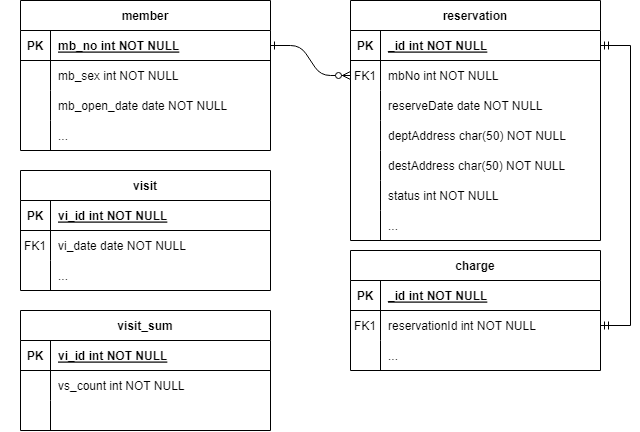
Earlier version of the draw.io export erd.png (carina1754/2023-industry-university-project). Source tidied: cells renumbered, new cells last; positions are measured from the earlier drawing's top-left corner, leaving out a move shared by most shapes.
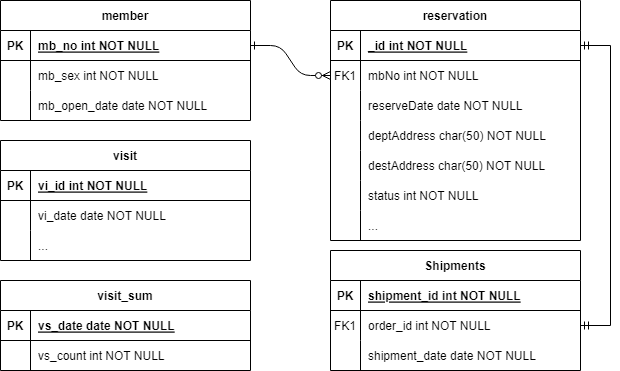
After the change.

Diff of the diagram source:
```diff
@@ -23,7 +23,7 @@
     <mxCell id="8" value="FK1" style="shape=partialRectangle;overflow=hidden;fillColor=none;top=0;left=0;bottom=0;right=0;" parent="7" vertex="1">
       <mxGeometry width="30" height="30" as="geometry" />
     </mxCell>
-    <mxCell id="9" value="mbNo int NOT NULL" style="shape=partialRectangle;overflow=hidden;fillColor=none;top=0;left=0;bottom=0;right=0;align=left;spacingLeft=6;" parent="7" vertex="1">
+    <mxCell id="9" value="mbNo int NOT NULL" style="shape=partialRectangle;overflow=hidden;fillColor=none;top=0;left=0;bottom=0;right=0;align=left;spacingLeft=6;" parent="7" vertex="1">
       <mxGeometry x="30" width="220" height="30" as="geometry" />
     </mxCell>
     <mxCell id="10" style="shape=partialRectangle;fillColor=none;top=0;left=0;right=0;bottom=0;" parent="3" vertex="1">
@@ -32,46 +32,46 @@
     <mxCell id="11" style="shape=partialRectangle;overflow=hidden;fillColor=none;top=0;left=0;bottom=0;right=0;" parent="10" vertex="1">
       <mxGeometry width="30" height="30" as="geometry" />
     </mxCell>
-    <mxCell id="12" value="reserveDate date NOT NULL" style="shape=partialRectangle;overflow=hidden;fillColor=none;top=0;left=0;bottom=0;right=0;align=left;spacingLeft=6;" parent="10" vertex="1">
+    <mxCell id="12" value="reserveDate date NOT NULL" style="shape=partialRectangle;overflow=hidden;fillColor=none;top=0;left=0;bottom=0;right=0;align=left;spacingLeft=6;" parent="10" vertex="1">
       <mxGeometry x="30" width="220" height="30" as="geometry" />
     </mxCell>
-    <mxCell id="13" style="shape=partialRectangle;fillColor=none;top=0;left=0;right=0;bottom=0;" parent="3" vertex="1">
-      <mxGeometry y="120" width="250" height="30" as="geometry" />
-    </mxCell>
-    <mxCell id="14" style="shape=partialRectangle;overflow=hidden;fillColor=none;top=0;left=0;bottom=0;right=0;" parent="13" vertex="1">
-      <mxGeometry width="30" height="30" as="geometry" />
-    </mxCell>
+    <mxCell id="71" style="shape=partialRectangle;fillColor=none;top=0;left=0;right=0;bottom=0;" parent="3" vertex="1">
+      <mxGeometry y="120" width="250" height="30" as="geometry" />
+    </mxCell>
+    <mxCell id="72" style="shape=partialRectangle;overflow=hidden;fillColor=none;top=0;left=0;bottom=0;right=0;" parent="71" vertex="1">
+      <mxGeometry width="30" height="30" as="geometry" />
+    </mxCell>
-    <mxCell id="15" value="deptAddress char(50) NOT NULL" style="shape=partialRectangle;overflow=hidden;fillColor=none;top=0;left=0;bottom=0;right=0;align=left;spacingLeft=6;" parent="13" vertex="1">
+    <mxCell id="15" value="deptAddress char(50) NOT NULL" style="shape=partialRectangle;overflow=hidden;fillColor=none;top=0;left=0;bottom=0;right=0;align=left;spacingLeft=6;" parent="71" vertex="1">
       <mxGeometry x="30" width="220" height="30" as="geometry" />
     </mxCell>
     <mxCell id="16" style="shape=partialRectangle;fillColor=none;top=0;left=0;right=0;bottom=0;" parent="3" vertex="1">
       <mxGeometry y="150" width="250" height="30" as="geometry" />
     </mxCell>
-    <mxCell id="17" style="shape=partialRectangle;overflow=hidden;fillColor=none;top=0;left=0;bottom=0;right=0;" parent="16" vertex="1">
-      <mxGeometry width="30" height="30" as="geometry" />
-    </mxCell>
+    <mxCell id="73" style="shape=partialRectangle;overflow=hidden;fillColor=none;top=0;left=0;bottom=0;right=0;" parent="16" vertex="1">
+      <mxGeometry width="30" height="30" as="geometry" />
+    </mxCell>
-    <mxCell id="18" value="destAddress char(50) NOT NULL" style="shape=partialRectangle;overflow=hidden;fillColor=none;top=0;left=0;bottom=0;right=0;align=left;spacingLeft=6;" parent="16" vertex="1">
+    <mxCell id="18" value="destAddress char(50) NOT NULL" style="shape=partialRectangle;overflow=hidden;fillColor=none;top=0;left=0;bottom=0;right=0;align=left;spacingLeft=6;" parent="16" vertex="1">
       <mxGeometry x="30" width="220" height="30" as="geometry" />
     </mxCell>
     <mxCell id="19" style="shape=partialRectangle;fillColor=none;top=0;left=0;right=0;bottom=0;" parent="3" vertex="1">
       <mxGeometry y="180" width="250" height="30" as="geometry" />
     </mxCell>
-    <mxCell id="20" style="shape=partialRectangle;overflow=hidden;fillColor=none;top=0;left=0;bottom=0;right=0;" parent="19" vertex="1">
-      <mxGeometry width="30" height="30" as="geometry" />
-    </mxCell>
+    <mxCell id="74" style="shape=partialRectangle;overflow=hidden;fillColor=none;top=0;left=0;bottom=0;right=0;" parent="19" vertex="1">
+      <mxGeometry width="30" height="30" as="geometry" />
+    </mxCell>
     <mxCell id="21" value="status int NOT NULL" style="shape=partialRectangle;overflow=hidden;fillColor=none;top=0;left=0;bottom=0;right=0;align=left;spacingLeft=6;" parent="19" vertex="1">
       <mxGeometry x="30" width="220" height="30" as="geometry" />
     </mxCell>
     <mxCell id="22" style="shape=partialRectangle;fillColor=none;top=0;left=0;right=0;bottom=0;" parent="3" vertex="1">
       <mxGeometry y="210" width="250" height="30" as="geometry" />
     </mxCell>
-    <mxCell id="23" style="shape=partialRectangle;overflow=hidden;fillColor=none;top=0;left=0;bottom=0;right=0;" parent="22" vertex="1">
-      <mxGeometry width="30" height="30" as="geometry" />
-    </mxCell>
-    <mxCell id="24" value="..." style="shape=partialRectangle;overflow=hidden;fillColor=none;top=0;left=0;bottom=0;right=0;align=left;spacingLeft=6;" parent="22" vertex="1">
-      <mxGeometry x="30" width="220" height="30" as="geometry" />
-    </mxCell>
+    <mxCell id="75" style="shape=partialRectangle;overflow=hidden;fillColor=none;top=0;left=0;bottom=0;right=0;" parent="22" vertex="1">
+      <mxGeometry width="30" height="30" as="geometry" />
+    </mxCell>
+    <mxCell id="76" value="..." style="shape=partialRectangle;overflow=hidden;fillColor=none;top=0;left=0;bottom=0;right=0;align=left;spacingLeft=6;" parent="22" vertex="1">
+      <mxGeometry x="30" width="220" height="30" as="geometry" />
+    </mxCell>
-    <mxCell id="25" value="charge" style="shape=table;startSize=30;rowLines=0;fontStyle=1;align=center;" parent="1" vertex="1">
+    <mxCell id="25" value="Shipments" style="shape=table;startSize=30;rowLines=0;fontStyle=1;align=center;" parent="1" vertex="1">
       <mxGeometry x="350" y="250" width="250" height="120" as="geometry" />
     </mxCell>
     <mxCell id="26" style="shape=partialRectangle;fillColor=none;top=0;left=0;right=0;bottom=1;" parent="25" vertex="1">
@@ -80,7 +80,7 @@
     <mxCell id="27" value="PK" style="shape=partialRectangle;overflow=hidden;fillColor=none;top=0;left=0;bottom=0;right=0;fontStyle=1;" parent="26" vertex="1">
       <mxGeometry width="30" height="30" as="geometry" />
     </mxCell>
-    <mxCell id="28" value="_id int NOT NULL " style="shape=partialRectangle;overflow=hidden;fillColor=none;top=0;left=0;bottom=0;right=0;align=left;spacingLeft=6;fontStyle=5;" parent="26" vertex="1">
+    <mxCell id="28" value="shipment_id int NOT NULL " style="shape=partialRectangle;overflow=hidden;fillColor=none;top=0;left=0;bottom=0;right=0;align=left;spacingLeft=6;fontStyle=5;" parent="26" vertex="1">
       <mxGeometry x="30" width="220" height="30" as="geometry" />
     </mxCell>
     <mxCell id="29" style="shape=partialRectangle;fillColor=none;points=[[0,0.5],[1,0.5]];portConstraint=eastwest;top=0;left=0;right=0;bottom=0;" parent="25" vertex="1">
@@ -89,7 +89,7 @@
     <mxCell id="30" value="FK1" style="shape=partialRectangle;overflow=hidden;fillColor=none;top=0;left=0;bottom=0;right=0;" parent="29" vertex="1">
       <mxGeometry width="30" height="30" as="geometry" />
     </mxCell>
-    <mxCell id="31" value="reservationId int NOT NULL" style="shape=partialRectangle;overflow=hidden;fillColor=none;top=0;left=0;bottom=0;right=0;align=left;spacingLeft=6;" parent="29" vertex="1">
+    <mxCell id="31" value="order_id int NOT NULL" style="shape=partialRectangle;overflow=hidden;fillColor=none;top=0;left=0;bottom=0;right=0;align=left;spacingLeft=6;" parent="29" vertex="1">
       <mxGeometry x="30" width="220" height="30" as="geometry" />
     </mxCell>
     <mxCell id="32" style="shape=partialRectangle;fillColor=none;top=0;left=0;right=0;bottom=0;" parent="25" vertex="1">
@@ -98,11 +98,11 @@
     <mxCell id="33" style="shape=partialRectangle;overflow=hidden;fillColor=none;top=0;left=0;bottom=0;right=0;" parent="32" vertex="1">
       <mxGeometry width="30" height="30" as="geometry" />
     </mxCell>
-    <mxCell id="34" value="..." style="shape=partialRectangle;overflow=hidden;fillColor=none;top=0;left=0;bottom=0;right=0;align=left;spacingLeft=6;" parent="32" vertex="1">
+    <mxCell id="34" value="shipment_date date NOT NULL" style="shape=partialRectangle;overflow=hidden;fillColor=none;top=0;left=0;bottom=0;right=0;align=left;spacingLeft=6;" parent="32" vertex="1">
       <mxGeometry x="30" width="220" height="30" as="geometry" />
     </mxCell>
     <mxCell id="35" value="member" style="shape=table;startSize=30;rowLines=0;fontStyle=1;align=center;" parent="1" vertex="1">
-      <mxGeometry x="20" width="250" height="150" as="geometry" />
+      <mxGeometry x="20" width="250" height="120" as="geometry" />
     </mxCell>
     <mxCell id="36" style="shape=partialRectangle;fillColor=none;points=[[0,0.5],[1,0.5]];portConstraint=eastwest;top=0;left=0;right=0;bottom=1;" parent="35" vertex="1">
       <mxGeometry y="30" width="250" height="30" as="geometry" />
@@ -110,7 +110,7 @@
     <mxCell id="37" value="PK" style="shape=partialRectangle;overflow=hidden;fillColor=none;top=0;left=0;bottom=0;right=0;fontStyle=1;" parent="36" vertex="1">
       <mxGeometry width="30" height="30" as="geometry" />
     </mxCell>
-    <mxCell id="38" value="mb_no int NOT NULL " style="shape=partialRectangle;overflow=hidden;fillColor=none;top=0;left=0;bottom=0;right=0;align=left;spacingLeft=6;fontStyle=5;" parent="36" vertex="1">
+    <mxCell id="38" value="mb_no int NOT NULL " style="shape=partialRectangle;overflow=hidden;fillColor=none;top=0;left=0;bottom=0;right=0;align=left;spacingLeft=6;fontStyle=5;" parent="36" vertex="1">
       <mxGeometry x="30" width="220" height="30" as="geometry" />
     </mxCell>
     <mxCell id="39" style="shape=partialRectangle;fillColor=none;top=0;left=0;right=0;bottom=0;" parent="35" vertex="1">
@@ -122,92 +122,68 @@
     <mxCell id="41" value="mb_sex int NOT NULL" style="shape=partialRectangle;overflow=hidden;fillColor=none;top=0;left=0;bottom=0;right=0;align=left;spacingLeft=6;" parent="39" vertex="1">
       <mxGeometry x="30" width="220" height="30" as="geometry" />
     </mxCell>
-    <mxCell id="42" style="shape=partialRectangle;fillColor=none;top=0;left=0;right=0;bottom=0;" parent="35" vertex="1">
-      <mxGeometry y="90" width="250" height="30" as="geometry" />
-    </mxCell>
-    <mxCell id="43" style="shape=partialRectangle;overflow=hidden;fillColor=none;top=0;left=0;bottom=0;right=0;" parent="42" vertex="1">
-      <mxGeometry width="30" height="30" as="geometry" />
-    </mxCell>
+    <mxCell id="77" style="shape=partialRectangle;fillColor=none;top=0;left=0;right=0;bottom=0;" parent="35" vertex="1">
+      <mxGeometry y="90" width="250" height="30" as="geometry" />
+    </mxCell>
+    <mxCell id="78" style="shape=partialRectangle;overflow=hidden;fillColor=none;top=0;left=0;bottom=0;right=0;" parent="77" vertex="1">
+      <mxGeometry width="30" height="30" as="geometry" />
+    </mxCell>
-    <mxCell id="44" value="mb_open_date date NOT NULL" style="shape=partialRectangle;overflow=hidden;fillColor=none;top=0;left=0;bottom=0;right=0;align=left;spacingLeft=6;" parent="42" vertex="1">
+    <mxCell id="44" value="mb_open_date date NOT NULL" style="shape=partialRectangle;overflow=hidden;fillColor=none;top=0;left=0;bottom=0;right=0;align=left;spacingLeft=6;" parent="77" vertex="1">
       <mxGeometry x="30" width="220" height="30" as="geometry" />
     </mxCell>
-    <mxCell id="45" style="shape=partialRectangle;fillColor=none;top=0;left=0;right=0;bottom=0;" parent="35" vertex="1">
-      <mxGeometry y="120" width="250" height="30" as="geometry" />
-    </mxCell>
-    <mxCell id="46" style="shape=partialRectangle;overflow=hidden;fillColor=none;top=0;left=0;bottom=0;right=0;" parent="45" vertex="1">
-      <mxGeometry width="30" height="30" as="geometry" />
-    </mxCell>
-    <mxCell id="47" value="..." style="shape=partialRectangle;overflow=hidden;fillColor=none;top=0;left=0;bottom=0;right=0;align=left;spacingLeft=6;" parent="45" vertex="1">
-      <mxGeometry x="30" width="220" height="30" as="geometry" />
-    </mxCell>
-    <mxCell id="48" style="shape=tableRow;horizontal=0;startSize=0;swimlaneHead=0;swimlaneBody=0;fillColor=none;top=0;left=0;right=0;bottom=0;" parent="1" vertex="1">
-      <mxGeometry y="310" width="180" height="30" as="geometry" />
-    </mxCell>
-    <mxCell id="49" style="shape=partialRectangle;fillColor=none;top=0;left=0;bottom=0;right=0;overflow=hidden;whiteSpace=wrap;html=1;" parent="48" vertex="1">
-      <mxGeometry width="30" height="30" as="geometry" />
-    </mxCell>
-    <mxCell id="50" style="edgeStyle=entityRelationEdgeStyle;fontSize=12;html=1;endArrow=ERmandOne;startArrow=ERmandOne;rounded=0;" parent="1" edge="1" source="4" target="29">
-      <mxGeometry relative="1" as="geometry" />
-    </mxCell>
     <mxCell id="51" value="visit" style="shape=table;startSize=30;rowLines=0;fontStyle=1;align=center;" parent="1" vertex="1">
-      <mxGeometry x="20" y="170" width="250" height="120" as="geometry" />
+      <mxGeometry x="20" y="140" width="250" height="120" as="geometry" />
     </mxCell>
-    <mxCell id="52" style="shape=partialRectangle;fillColor=none;top=0;left=0;right=0;bottom=1;" parent="51" vertex="1">
-      <mxGeometry y="30" width="250" height="30" as="geometry" />
-    </mxCell>
-    <mxCell id="53" value="PK" style="shape=partialRectangle;overflow=hidden;fillColor=none;top=0;left=0;bottom=0;right=0;fontStyle=1;" parent="52" vertex="1">
-      <mxGeometry width="30" height="30" as="geometry" />
-    </mxCell>
-    <mxCell id="54" value="vi_id int NOT NULL " style="shape=partialRectangle;overflow=hidden;fillColor=none;top=0;left=0;bottom=0;right=0;align=left;spacingLeft=6;fontStyle=5;" parent="52" vertex="1">
-      <mxGeometry x="30" width="220" height="30" as="geometry" />
-    </mxCell>
-    <mxCell id="55" style="shape=partialRectangle;fillColor=none;top=0;left=0;right=0;bottom=0;" parent="51" vertex="1">
-      <mxGeometry y="60" width="250" height="30" as="geometry" />
-    </mxCell>
-    <mxCell id="56" value="FK1" style="shape=partialRectangle;overflow=hidden;fillColor=none;top=0;left=0;bottom=0;right=0;" parent="55" vertex="1">
-      <mxGeometry width="30" height="30" as="geometry" />
-    </mxCell>
+    <mxCell id="79" style="shape=partialRectangle;fillColor=none;top=0;left=0;right=0;bottom=1;" parent="51" vertex="1">
+      <mxGeometry y="30" width="250" height="30" as="geometry" />
+    </mxCell>
+    <mxCell id="80" value="PK" style="shape=partialRectangle;overflow=hidden;fillColor=none;top=0;left=0;bottom=0;right=0;fontStyle=1;" parent="79" vertex="1">
+      <mxGeometry width="30" height="30" as="geometry" />
+    </mxCell>
+    <mxCell id="81" value="vi_id int NOT NULL " style="shape=partialRectangle;overflow=hidden;fillColor=none;top=0;left=0;bottom=0;right=0;align=left;spacingLeft=6;fontStyle=5;" parent="79" vertex="1">
+      <mxGeometry x="30" width="220" height="30" as="geometry" />
+    </mxCell>
+    <mxCell id="82" style="shape=partialRectangle;fillColor=none;top=0;left=0;right=0;bottom=0;" parent="51" vertex="1">
+      <mxGeometry y="60" width="250" height="30" as="geometry" />
+    </mxCell>
+    <mxCell id="83" style="shape=partialRectangle;overflow=hidden;fillColor=none;top=0;left=0;bottom=0;right=0;" parent="82" vertex="1">
+      <mxGeometry width="30" height="30" as="geometry" />
+    </mxCell>
-    <mxCell id="57" value="vi_date date NOT NULL" style="shape=partialRectangle;overflow=hidden;fillColor=none;top=0;left=0;bottom=0;right=0;align=left;spacingLeft=6;" parent="55" vertex="1">
+    <mxCell id="57" value="vi_date date NOT NULL" style="shape=partialRectangle;overflow=hidden;fillColor=none;top=0;left=0;bottom=0;right=0;align=left;spacingLeft=6;" parent="82" vertex="1">
       <mxGeometry x="30" width="220" height="30" as="geometry" />
     </mxCell>
-    <mxCell id="58" style="shape=partialRectangle;fillColor=none;top=0;left=0;right=0;bottom=0;" parent="51" vertex="1">
-      <mxGeometry y="90" width="250" height="30" as="geometry" />
-    </mxCell>
-    <mxCell id="59" style="shape=partialRectangle;overflow=hidden;fillColor=none;top=0;left=0;bottom=0;right=0;" parent="58" vertex="1">
-      <mxGeometry width="30" height="30" as="geometry" />
-    </mxCell>
-    <mxCell id="60" value="..." style="shape=partialRectangle;overflow=hidden;fillColor=none;top=0;left=0;bottom=0;right=0;align=left;spacingLeft=6;" parent="58" vertex="1">
-      <mxGeometry x="30" width="220" height="30" as="geometry" />
-    </mxCell>
+    <mxCell id="84" style="shape=partialRectangle;fillColor=none;top=0;left=0;right=0;bottom=0;" parent="51" vertex="1">
+      <mxGeometry y="90" width="250" height="30" as="geometry" />
+    </mxCell>
+    <mxCell id="85" style="shape=partialRectangle;overflow=hidden;fillColor=none;top=0;left=0;bottom=0;right=0;" parent="84" vertex="1">
+      <mxGeometry width="30" height="30" as="geometry" />
+    </mxCell>
+    <mxCell id="86" value="..." style="shape=partialRectangle;overflow=hidden;fillColor=none;top=0;left=0;bottom=0;right=0;align=left;spacingLeft=6;" parent="84" vertex="1">
+      <mxGeometry x="30" width="220" height="30" as="geometry" />
+    </mxCell>
     <mxCell id="61" value="visit_sum" style="shape=table;startSize=30;rowLines=0;fontStyle=1;align=center;" parent="1" vertex="1">
-      <mxGeometry x="20" y="310" width="250" height="120" as="geometry" />
+      <mxGeometry x="20" y="280" width="250" height="90" as="geometry" />
     </mxCell>
-    <mxCell id="62" style="shape=partialRectangle;fillColor=none;top=0;left=0;right=0;bottom=1;" parent="61" vertex="1">
-      <mxGeometry y="30" width="250" height="30" as="geometry" />
-    </mxCell>
-    <mxCell id="63" value="PK" style="shape=partialRectangle;overflow=hidden;fillColor=none;top=0;left=0;bottom=0;right=0;fontStyle=1;" parent="62" vertex="1">
-      <mxGeometry width="30" height="30" as="geometry" />
-    </mxCell>
-    <mxCell id="64" value="vi_id int NOT NULL " style="shape=partialRectangle;overflow=hidden;fillColor=none;top=0;left=0;bottom=0;right=0;align=left;spacingLeft=6;fontStyle=5;" parent="62" vertex="1">
-      <mxGeometry x="30" width="220" height="30" as="geometry" />
-    </mxCell>
-    <mxCell id="65" style="shape=partialRectangle;fillColor=none;top=0;left=0;right=0;bottom=0;" parent="61" vertex="1">
-      <mxGeometry y="60" width="250" height="30" as="geometry" />
-    </mxCell>
-    <mxCell id="66" style="shape=partialRectangle;overflow=hidden;fillColor=none;top=0;left=0;bottom=0;right=0;" parent="65" vertex="1">
-      <mxGeometry width="30" height="30" as="geometry" />
-    </mxCell>
+    <mxCell id="87" style="shape=partialRectangle;fillColor=none;top=0;left=0;right=0;bottom=1;" parent="61" vertex="1">
+      <mxGeometry y="30" width="250" height="30" as="geometry" />
+    </mxCell>
+    <mxCell id="88" value="PK" style="shape=partialRectangle;overflow=hidden;fillColor=none;top=0;left=0;bottom=0;right=0;fontStyle=1;" parent="87" vertex="1">
+      <mxGeometry width="30" height="30" as="geometry" />
+    </mxCell>
+    <mxCell id="89" value="vs_date date NOT NULL " style="shape=partialRectangle;overflow=hidden;fillColor=none;top=0;left=0;bottom=0;right=0;align=left;spacingLeft=6;fontStyle=5;" parent="87" vertex="1">
+      <mxGeometry x="30" width="220" height="30" as="geometry" />
+    </mxCell>
+    <mxCell id="90" style="shape=partialRectangle;fillColor=none;top=0;left=0;right=0;bottom=0;" parent="61" vertex="1">
+      <mxGeometry y="60" width="250" height="30" as="geometry" />
+    </mxCell>
+    <mxCell id="91" style="shape=partialRectangle;overflow=hidden;fillColor=none;top=0;left=0;bottom=0;right=0;" parent="90" vertex="1">
+      <mxGeometry width="30" height="30" as="geometry" />
+    </mxCell>
-    <mxCell id="67" value="vs_count int NOT NULL" style="shape=partialRectangle;overflow=hidden;fillColor=none;top=0;left=0;bottom=0;right=0;align=left;spacingLeft=6;" parent="65" vertex="1">
+    <mxCell id="67" value="vs_count int NOT NULL" style="shape=partialRectangle;overflow=hidden;fillColor=none;top=0;left=0;bottom=0;right=0;align=left;spacingLeft=6;" parent="90" vertex="1">
       <mxGeometry x="30" width="220" height="30" as="geometry" />
     </mxCell>
-    <mxCell id="68" style="shape=partialRectangle;fillColor=none;top=0;left=0;right=0;bottom=0;" parent="61" vertex="1">
-      <mxGeometry y="90" width="250" height="30" as="geometry" />
-    </mxCell>
-    <mxCell id="69" style="shape=partialRectangle;overflow=hidden;fillColor=none;top=0;left=0;bottom=0;right=0;" parent="68" vertex="1">
-      <mxGeometry width="30" height="30" as="geometry" />
-    </mxCell>
-    <mxCell id="70" style="shape=partialRectangle;overflow=hidden;fillColor=none;top=0;left=0;bottom=0;right=0;align=left;spacingLeft=6;" parent="68" vertex="1">
-      <mxGeometry x="30" width="220" height="30" as="geometry" />
-    </mxCell>
+    <mxCell id="92" style="edgeStyle=entityRelationEdgeStyle;fontSize=12;html=1;endArrow=ERmandOne;startArrow=ERmandOne;rounded=0;" parent="1" edge="1" source="29" target="4">
+      <mxGeometry relative="1" as="geometry" />
+    </mxCell>
   </root>
 </mxGraphModel>
```
